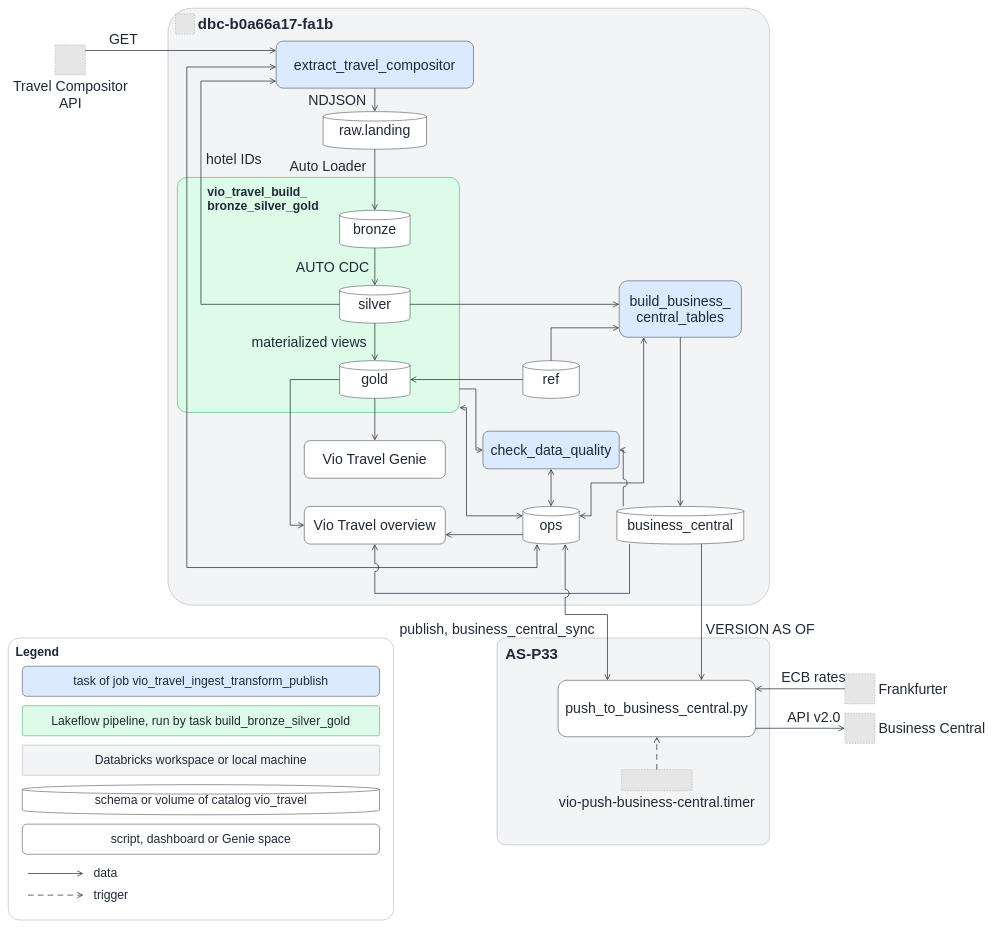
This is docs/data-flow.drawio from ntphiep/vio-data-platform, a draw.io file, before an edit. Source tidied: cells renumbered, new cells numbered last; positions are measured from the earlier drawing's top-left corner, leaving out a move shared by most shapes. Both pictures are drawn from the tidied source at 47%, with x=0, y=0 at pixel (8, 8). Pictures stored in the file or linked from it are replaced by grey dashed boxes.
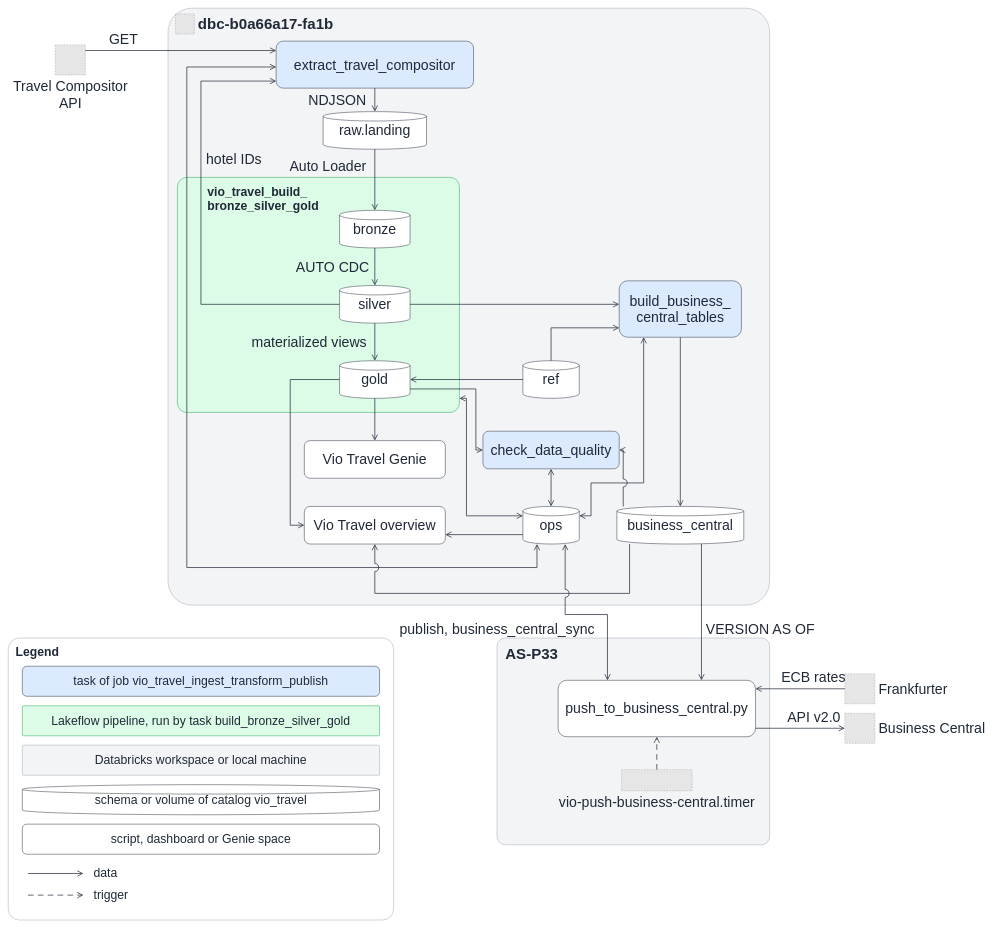
The same page after the edit.

Commit message (it also covers changes not shown here):
Attach data-flow edges to the gold table and the pipeline border

The change refers to these unchanged cells:
```xml
<mxCell id="7" value="vio_travel_build_&lt;br&gt;bronze_silver_gold" style="rounded=1;arcSize=4;whiteSpace=wrap;html=1;fillColor=#DCFCE7;strokeColor=#16A34A;fontSize=26;fontStyle=1;verticalAlign=top;align=left;spacingTop=8;fontFamily=Helvetica;fontColor=#1F2937;spacingLeft=62;" parent="1" vertex="1">
  <mxGeometry x="360" y="360" width="600" height="500" as="geometry" />
</mxCell>
<mxCell id="10" value="gold" style="shape=cylinder3;whiteSpace=wrap;html=1;boundedLbl=0;size=10;fillColor=#FFFFFF;strokeColor=#1F2937;fontSize=30;fontFamily=Helvetica;fontColor=#1F2937;" parent="1" vertex="1">
  <mxGeometry x="705" y="750" width="150" height="80" as="geometry" />
</mxCell>
<mxCell id="14" value="check_data_quality" style="rounded=1;whiteSpace=wrap;html=1;fillColor=#DBEAFE;strokeColor=#1F2937;fontSize=30;fontFamily=Helvetica;fontColor=#1F2937;" parent="1" vertex="1">
  <mxGeometry x="1010" y="900" width="290" height="80" as="geometry" />
</mxCell>
<mxCell id="15" value="ops" style="shape=cylinder3;whiteSpace=wrap;html=1;boundedLbl=0;size=10;fillColor=#FFFFFF;strokeColor=#1F2937;fontSize=30;fontFamily=Helvetica;fontColor=#1F2937;" parent="1" vertex="1">
  <mxGeometry x="1095" y="1060" width="120" height="80" as="geometry" />
</mxCell>
```

Diff of the diagram source:
```diff
@@
-    <mxCell id="48" style="edgeStyle=orthogonalEdgeStyle;rounded=0;html=1;endArrow=open;endSize=10;strokeWidth=1.5;strokeColor=#1F2937;fontSize=30;labelBackgroundColor=none;fontFamily=Helvetica;fontColor=#1F2937;exitX=1;exitY=0.9;entryX=0;entryY=0.5;" parent="1" edge="1" source="7" target="14">
+    <mxCell id="48" style="edgeStyle=orthogonalEdgeStyle;rounded=0;html=1;endArrow=open;endSize=10;strokeWidth=1.5;strokeColor=#1F2937;fontSize=30;labelBackgroundColor=none;fontFamily=Helvetica;fontColor=#1F2937;exitX=1;exitY=0.75;entryX=0;entryY=0.5;" parent="1" edge="1" source="10" target="14">
       <mxGeometry relative="1" as="geometry">
         <Array as="points">
           <mxPoint x="995" y="810" />
           <mxPoint x="995" y="940" />
         </Array>
       </mxGeometry>
     </mxCell>
@@
-    <mxCell id="51" style="edgeStyle=orthogonalEdgeStyle;rounded=0;html=1;endArrow=open;endSize=10;strokeWidth=1.5;strokeColor=#1F2937;fontSize=30;labelBackgroundColor=none;fontFamily=Helvetica;fontColor=#1F2937;exitX=1;exitY=0.98;entryX=0;entryY=0.25;startArrow=open;startSize=10;" parent="1" edge="1" source="7" target="15">
+    <mxCell id="51" style="edgeStyle=orthogonalEdgeStyle;rounded=0;html=1;endArrow=open;endSize=10;strokeWidth=1.5;strokeColor=#1F2937;fontSize=30;labelBackgroundColor=none;fontFamily=Helvetica;fontColor=#1F2937;exitX=1;exitY=0.94;entryX=0;entryY=0.25;startArrow=open;startSize=10;" parent="1" edge="1" source="7" target="15">
       <mxGeometry relative="1" as="geometry">
         <Array as="points">
-          <mxPoint x="975" y="850" />
+          <mxPoint x="975" y="830" />
           <mxPoint x="975" y="1080" />
         </Array>
       </mxGeometry>
     </mxCell>
```
